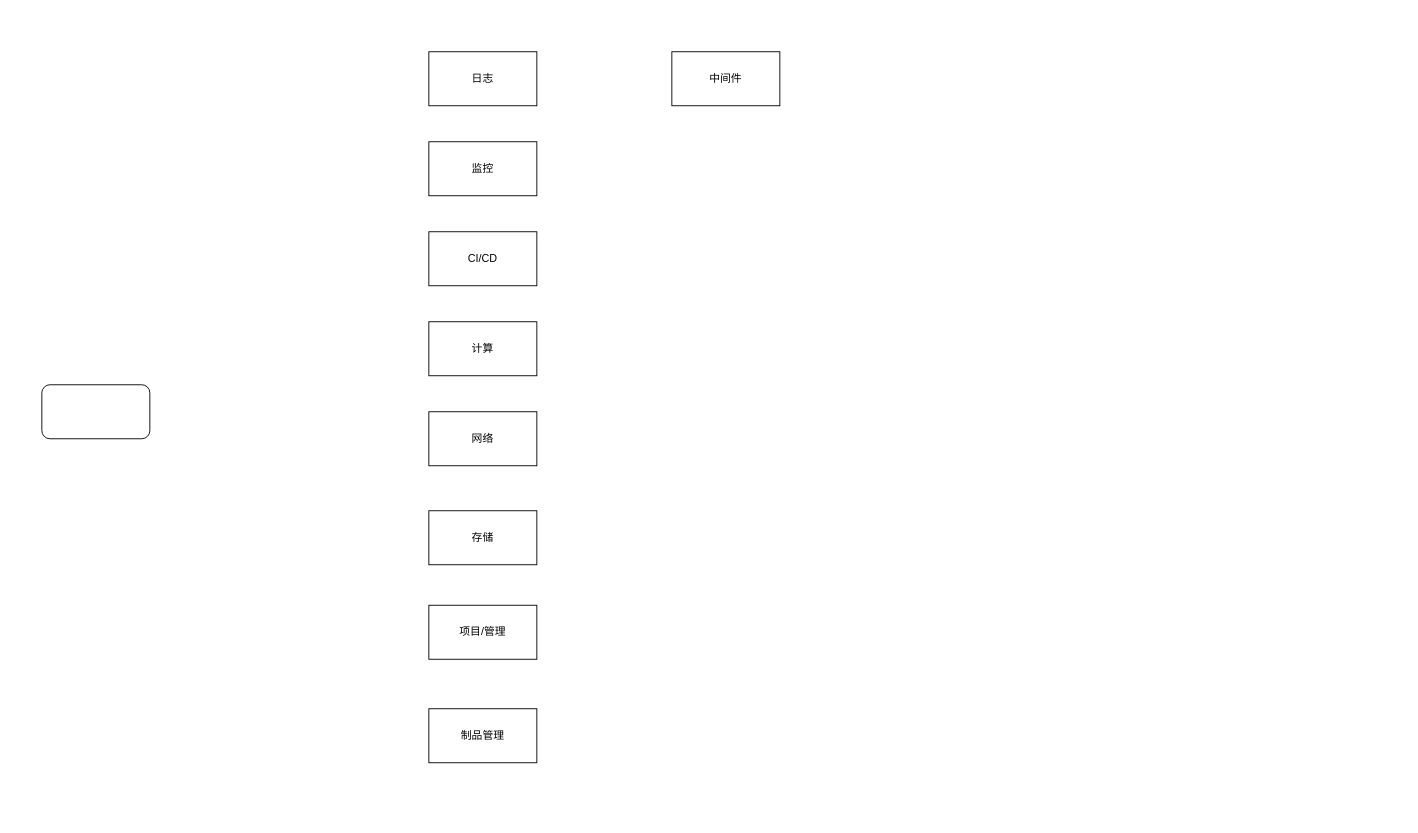
The draw.io diagram svg/誉天20241226.drawio in ssslkj123/drawio, before the edit. Source tidied: cells renumbered, new cells numbered last; positions are measured from the earlier drawing's top-left corner, leaving out a move shared by most shapes. Both pictures are drawn from the tidied source at 90%, with x=0, y=0 at pixel (41, 51).
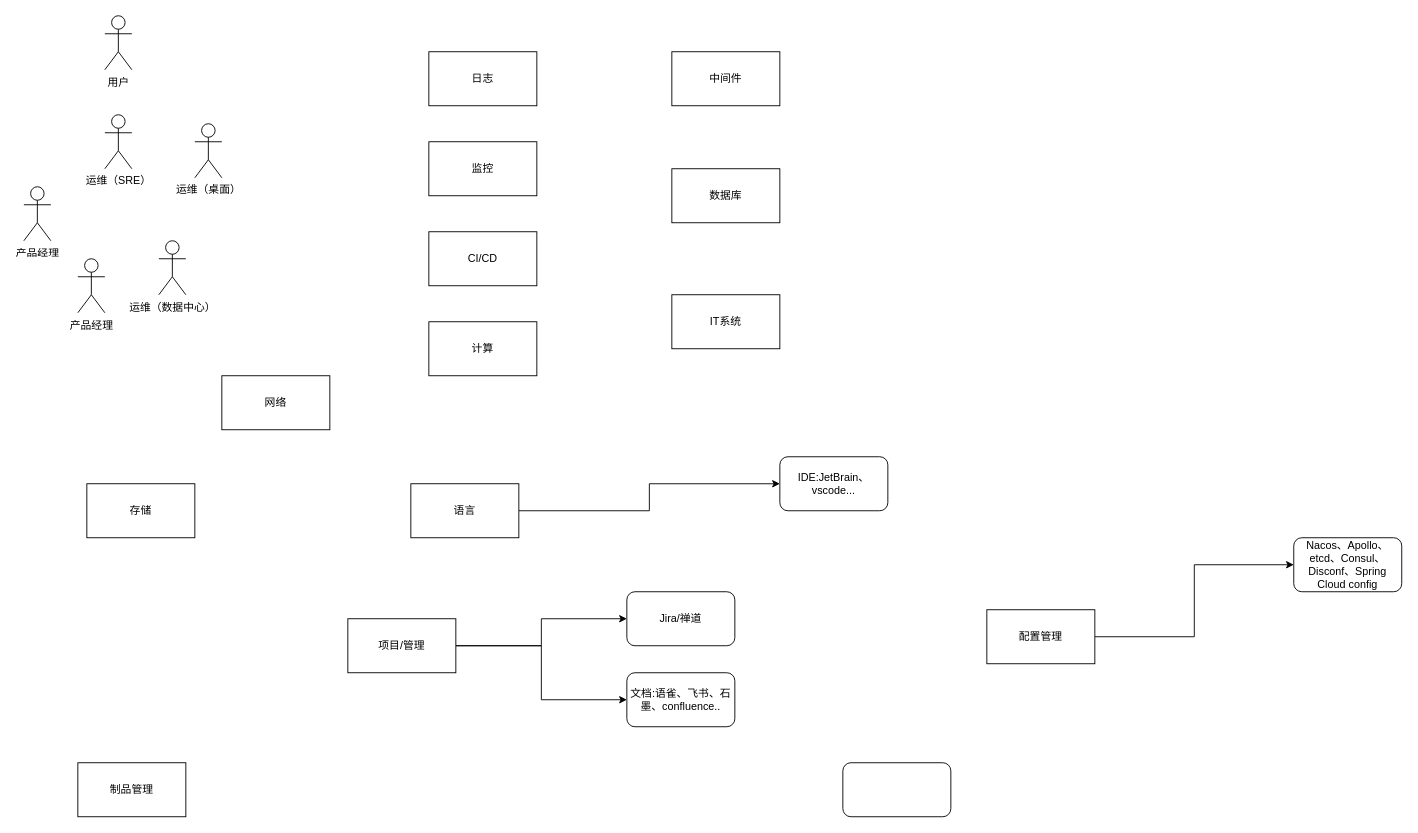
After the change.

Diff of the diagram source:
```diff
@@
     <mxCell id="3" value="网络" style="rounded=0;whiteSpace=wrap;html=1;" parent="1" vertex="1">
-      <mxGeometry x="430" y="400" width="120" height="60" as="geometry" />
+      <mxGeometry x="200" y="360" width="120" height="60" as="geometry" />
     </mxCell>
     <mxCell id="4" value="存储" style="rounded=0;whiteSpace=wrap;html=1;" parent="1" vertex="1">
-      <mxGeometry x="430" y="510" width="120" height="60" as="geometry" />
+      <mxGeometry x="50" y="480" width="120" height="60" as="geometry" />
     </mxCell>
@@
-    <mxCell id="7" style="rounded=1;whiteSpace=wrap;html=1;" parent="1" vertex="1">
-      <mxGeometry y="370" width="120" height="60" as="geometry" />
+    <mxCell id="7" value="Jira/禅道" style="rounded=1;whiteSpace=wrap;html=1;" parent="1" vertex="1">
+      <mxGeometry x="650" y="600" width="120" height="60" as="geometry" />
     </mxCell>
+    <mxCell id="12" style="edgeStyle=orthogonalEdgeStyle;rounded=0;jettySize=auto;html=1;" parent="1" edge="1" source="8" target="7">
+      <mxGeometry relative="1" as="geometry" />
+    </mxCell>
+    <mxCell id="13" style="edgeStyle=orthogonalEdgeStyle;rounded=0;jettySize=auto;html=1;entryX=0;entryY=0.5;entryDx=0;entryDy=0;" parent="1" edge="1" source="8" target="22">
+      <mxGeometry relative="1" as="geometry" />
+    </mxCell>
     <mxCell id="8" value="项目/管理" style="rounded=0;whiteSpace=wrap;html=1;" parent="1" vertex="1">
-      <mxGeometry x="430" y="615" width="120" height="60" as="geometry" />
+      <mxGeometry x="340" y="630" width="120" height="60" as="geometry" />
     </mxCell>
     <mxCell id="9" value="制品管理" style="rounded=0;whiteSpace=wrap;html=1;" parent="1" vertex="1">
-      <mxGeometry x="430" y="730" width="120" height="60" as="geometry" />
+      <mxGeometry x="40" y="790" width="120" height="60" as="geometry" />
     </mxCell>
@@
+    <mxCell id="14" value="用户" style="shape=umlActor;verticalLabelPosition=bottom;verticalAlign=top;html=1;" parent="1" vertex="1">
+      <mxGeometry x="70" y="-40" width="30" height="60" as="geometry" />
+    </mxCell>
+    <mxCell id="15" value="运维（桌面&lt;span style=&quot;background-color: initial;&quot;&gt;）&lt;/span&gt;" style="shape=umlActor;verticalLabelPosition=bottom;verticalAlign=top;html=1;" parent="1" vertex="1">
+      <mxGeometry x="170" y="80" width="30" height="60" as="geometry" />
+    </mxCell>
+    <mxCell id="16" value="运维（SRE）" style="shape=umlActor;verticalLabelPosition=bottom;verticalAlign=top;html=1;" parent="1" vertex="1">
+      <mxGeometry x="70" y="70" width="30" height="60" as="geometry" />
+    </mxCell>
+    <mxCell id="17" value="产品经理" style="shape=umlActor;verticalLabelPosition=bottom;verticalAlign=top;html=1;" parent="1" vertex="1">
+      <mxGeometry x="40" y="230" width="30" height="60" as="geometry" />
+    </mxCell>
+    <mxCell id="18" value="产品经理" style="shape=umlActor;verticalLabelPosition=bottom;verticalAlign=top;html=1;" parent="1" vertex="1">
+      <mxGeometry x="-20" y="150" width="30" height="60" as="geometry" />
+    </mxCell>
+    <mxCell id="19" value="运维（数据中心&lt;span style=&quot;background-color: initial;&quot;&gt;）&lt;/span&gt;" style="shape=umlActor;verticalLabelPosition=bottom;verticalAlign=top;html=1;" parent="1" vertex="1">
+      <mxGeometry x="130" y="210" width="30" height="60" as="geometry" />
+    </mxCell>
+    <mxCell id="20" value="数据库" style="rounded=0;whiteSpace=wrap;html=1;" parent="1" vertex="1">
+      <mxGeometry x="700" y="130" width="120" height="60" as="geometry" />
+    </mxCell>
+    <mxCell id="21" value="IT系统" style="rounded=0;whiteSpace=wrap;html=1;" parent="1" vertex="1">
+      <mxGeometry x="700" y="270" width="120" height="60" as="geometry" />
+    </mxCell>
+    <mxCell id="22" value="文档:语雀、飞书、石墨、confluence.." style="rounded=1;whiteSpace=wrap;html=1;" parent="1" vertex="1">
+      <mxGeometry x="650" y="690" width="120" height="60" as="geometry" />
+    </mxCell>
+    <mxCell id="23" style="edgeStyle=orthogonalEdgeStyle;rounded=0;jettySize=auto;html=1;entryX=0;entryY=0.5;entryDx=0;entryDy=0;" parent="1" edge="1" source="24" target="26">
+      <mxGeometry relative="1" as="geometry" />
+    </mxCell>
+    <mxCell id="24" value="语言" style="rounded=0;whiteSpace=wrap;html=1;" parent="1" vertex="1">
+      <mxGeometry x="410" y="480" width="120" height="60" as="geometry" />
+    </mxCell>
+    <mxCell id="25" style="rounded=1;whiteSpace=wrap;html=1;" parent="1" vertex="1">
+      <mxGeometry x="890" y="790" width="120" height="60" as="geometry" />
+    </mxCell>
+    <mxCell id="26" value="IDE:JetBrain、vscode..." style="rounded=1;whiteSpace=wrap;html=1;" parent="1" vertex="1">
+      <mxGeometry x="820" y="450" width="120" height="60" as="geometry" />
+    </mxCell>
+    <mxCell id="27" style="edgeStyle=orthogonalEdgeStyle;rounded=0;jettySize=auto;html=1;entryX=0;entryY=0.5;entryDx=0;entryDy=0;" parent="1" edge="1" source="28" target="29">
+      <mxGeometry relative="1" as="geometry" />
+    </mxCell>
+    <mxCell id="28" value="配置管理" style="rounded=0;whiteSpace=wrap;html=1;" parent="1" vertex="1">
+      <mxGeometry x="1050" y="620" width="120" height="60" as="geometry" />
+    </mxCell>
+    <mxCell id="29" value="Nacos、Apollo、etcd、Consul、Disconf、Spring Cloud config" style="rounded=1;whiteSpace=wrap;html=1;" parent="1" vertex="1">
+      <mxGeometry x="1391" y="540" width="120" height="60" as="geometry" />
+    </mxCell>
```
